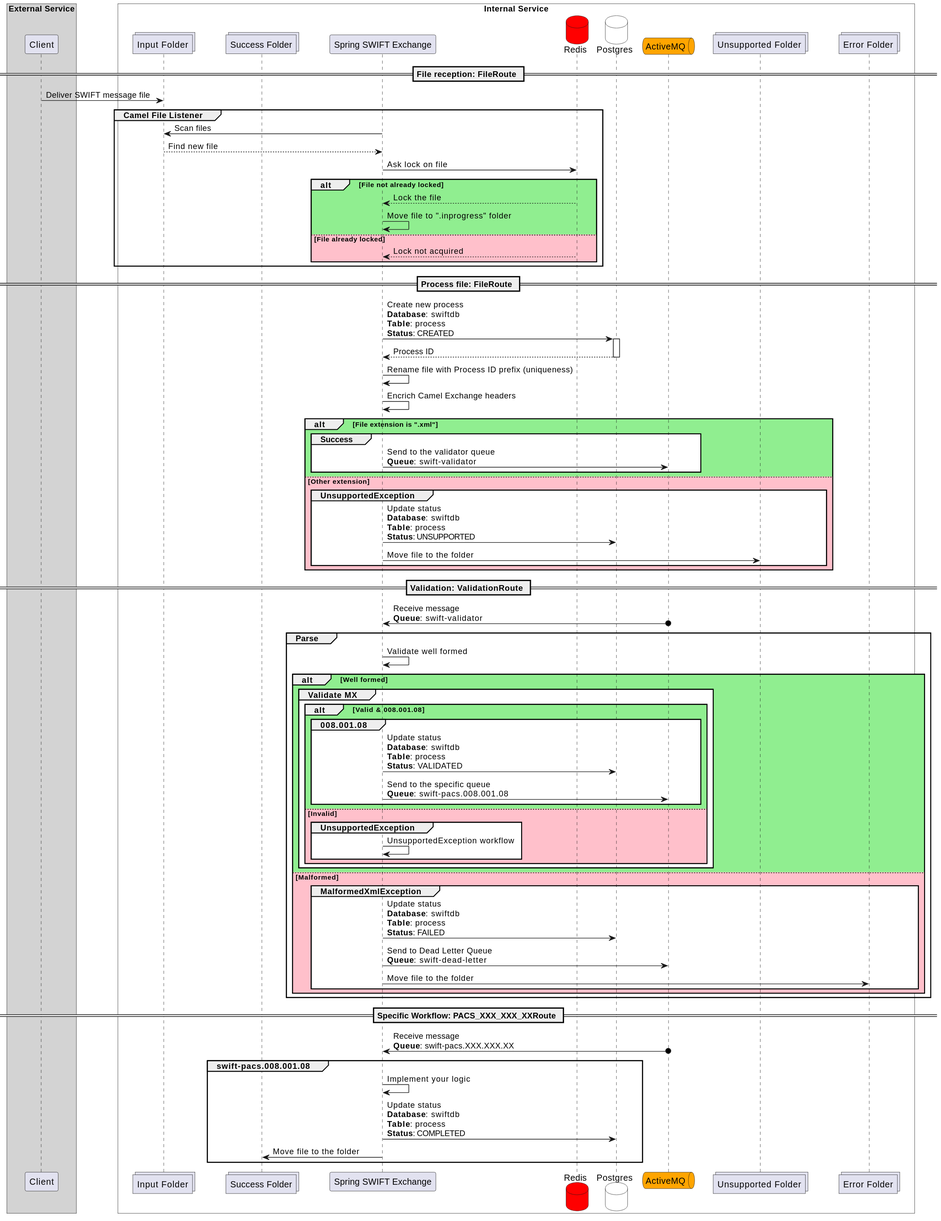
Before: docs/global-workflow.svg, a diagram exported from PlantUML (Raymice/spring-swift-exchange).
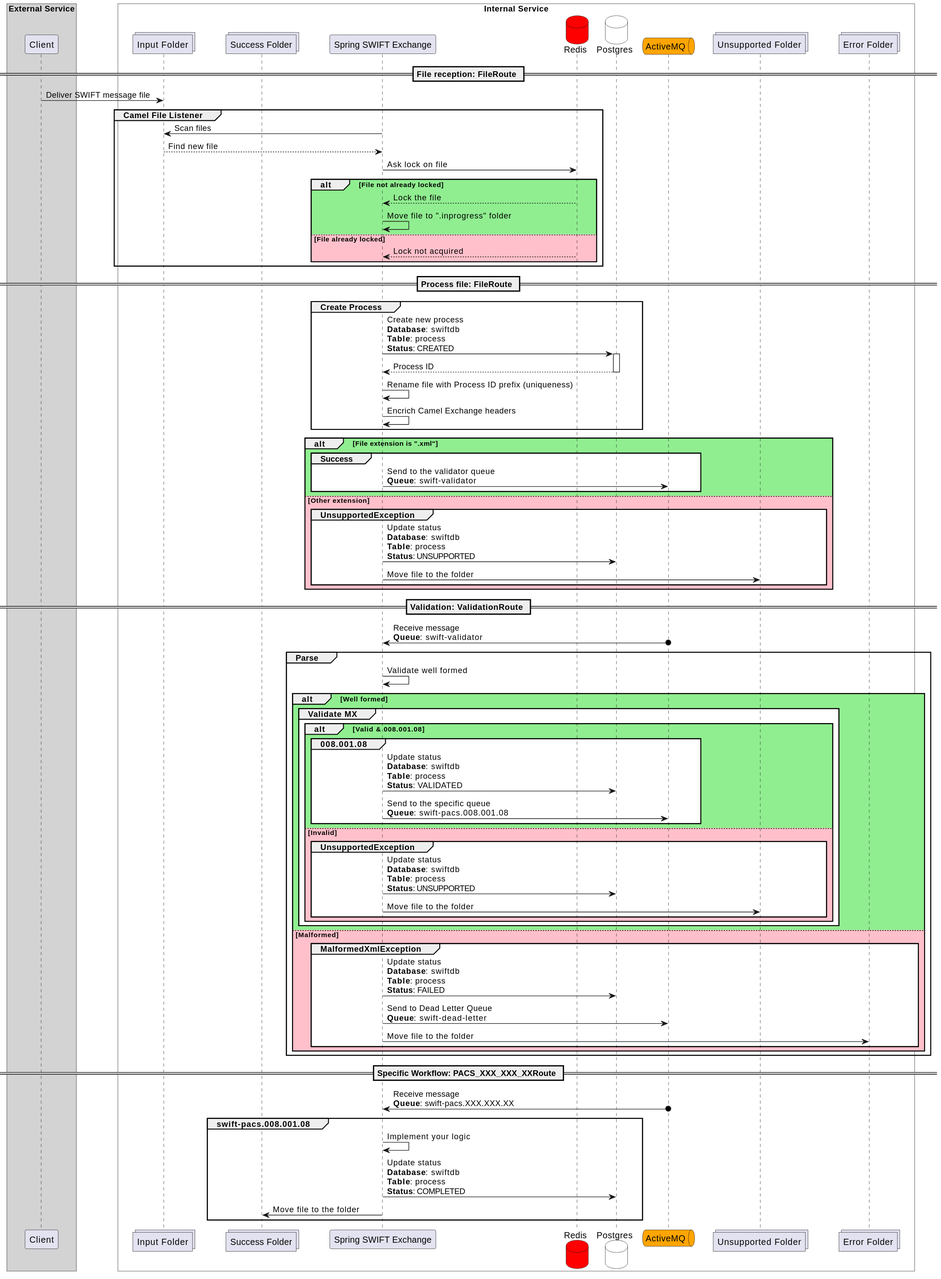
After the commit.

Commit message:
feat(plantuml): use sub part

What changed in the source:
```diff
@@ -10,9 +10,9 @@
     collections     "Input Folder"              as Input
     collections     "Success Folder"            as Success
     participant     "Spring SWIFT Exchange"     as App
-    database        Redis                       as Redis    #red
-    database        Postgres                    as PG       #white
-    queue           ActiveMQ                    as MQ       #orange
+    database        Redis                       as Redis            #red
+    database        Postgres                    as PG               #white
+    queue           ActiveMQ                    as MQ               #orange
     collections     "Unsupported Folder"        as Unsupported
     collections     "Error Folder"              as Error
 end box
@@ -36,14 +36,18 @@
 
 == Process file: FileRoute ==
 
-App -> PG: Create new process\n**Database**: swiftdb\n**Table**: process\n**Status**: CREATED
-activate PG
-PG --> App: Process ID
-deactivate PG
+group #White Create Process
 
-App -> App: Rename file with Process ID prefix (uniqueness)
+    App -> PG: Create new process\n**Database**: swiftdb\n**Table**: process\n**Status**: CREATED
+    activate PG
+    PG --> App: Process ID
+    deactivate PG
 
-App -> App: Encrich Camel Exchange headers
+    App -> App: Rename file with Process ID prefix (uniqueness)
+
+    App -> App: Encrich Camel Exchange headers
+
+end
 
 alt #LightGreen File extension is ".xml"
     group #White Success
@@ -51,10 +55,7 @@
     end
 
 else #Pink Other extension
-    group #White UnsupportedException
-        App -> PG: Update status\n**Database**: swiftdb\n**Table**: process\n**Status**: UNSUPPORTED
-        App -> Unsupported: Move file to the folder
-    end
+    !includesub subparts.puml!UnsupportedException
 end
 
 == Validation: ValidationRoute ==
@@ -73,18 +74,12 @@
                 end
 
             else #Pink Invalid
-                group #White UnsupportedException
-                    App -> App: UnsupportedException workflow
-                end
+                !includesub subparts.puml!UnsupportedException
             end
         end
 
     else #Pink Malformed
-        group #White MalformedXmlException
-            App -> PG: Update status\n**Database**: swiftdb\n**Table**: process\n**Status**: FAILED
-            App -> MQ: Send to Dead Letter Queue\n**Queue**: swift-dead-letter
-            App -> Error: Move file to the folder
-        end
+        !includesub subparts.puml!MalformedXmlException
     end
 
 end
```
